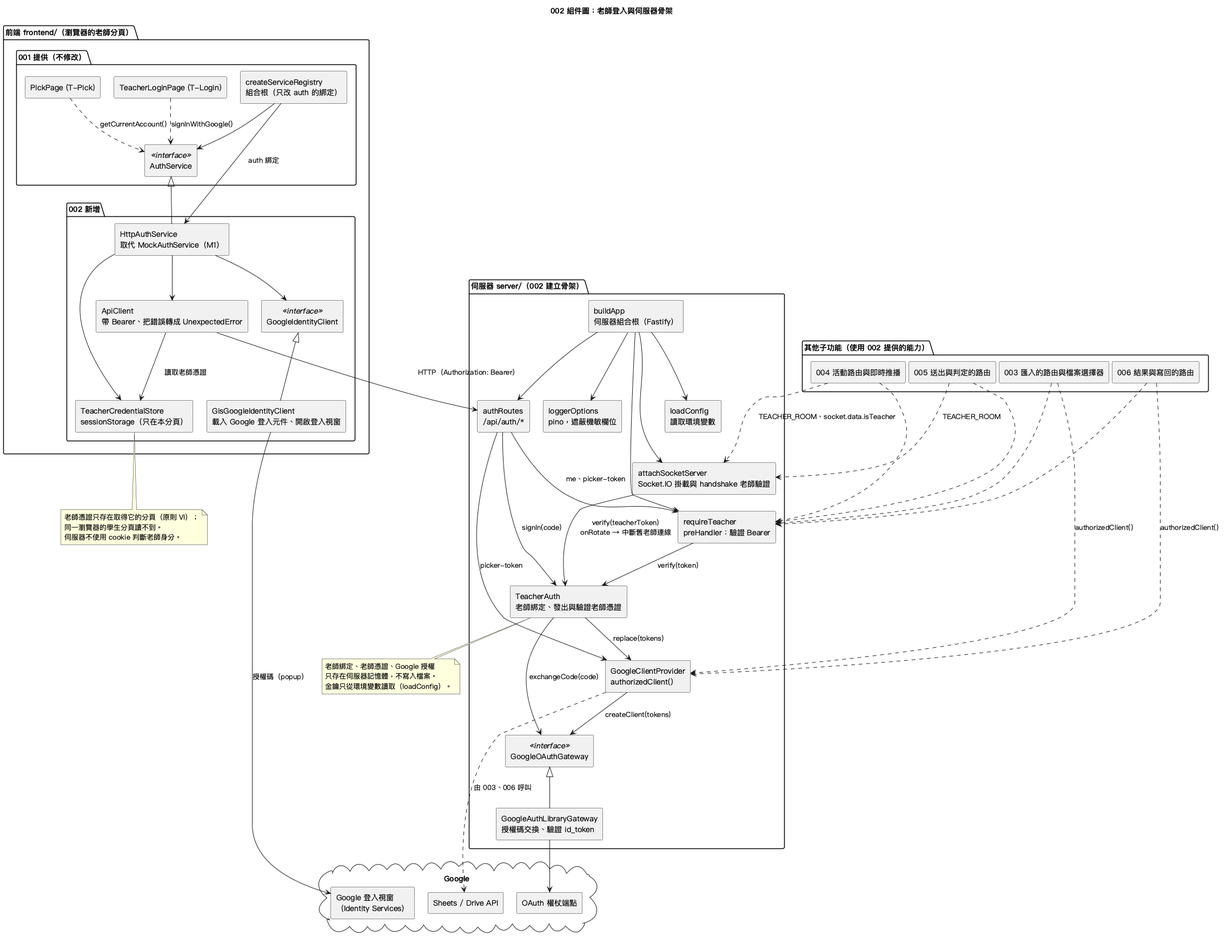
The PlantUML diagram diagrams/002-component.png in Ting10-01/quiz_buzzer_speckit, before a commit. Its diagram source:
```plantuml
@startuml 002-component
title 002 組件圖：老師登入與伺服器骨架

skinparam defaultFontName "PingFang TC"
skinparam componentStyle rectangle
skinparam nodesep 25
skinparam ranksep 55

package "前端 frontend/（瀏覽器的老師分頁）" {
  package "001 提供（不修改）" as F001 {
    component "TeacherLoginPage (T-Login)" as PLogin
    component "PickPage (T-Pick)" as PPick
    component "AuthService" <<interface>> as IAuth
    component "createServiceRegistry\n組合根（只改 auth 的綁定）" as Registry
  }
  package "002 新增" as F002 {
    component "HttpAuthService\n取代 MockAuthService（M1）" as HAuth
    component "GoogleIdentityClient" <<interface>> as IGis
    component "GisGoogleIdentityClient\n載入 Google 登入元件、開啟登入視窗" as Gis
    component "ApiClient\n帶 Bearer、把錯誤轉成 UnexpectedError" as Api
    component "TeacherCredentialStore\nsessionStorage（只在本分頁）" as Cred
  }
}

package "伺服器 server/（002 建立骨架）" {
  component "buildApp\n伺服器組合根（Fastify）" as App
  component "loadConfig\n讀取環境變數" as Config
  component "loggerOptions\npino，遮蔽機敏欄位" as Logger
  component "authRoutes\n/api/auth/*" as Routes
  component "requireTeacher\npreHandler：驗證 Bearer" as Guard
  component "TeacherAuth\n老師綁定、發出與驗證老師憑證" as TAuth
  component "GoogleOAuthGateway" <<interface>> as IGw
  component "GoogleAuthLibraryGateway\n授權碼交換、驗證 id_token" as Gw
  component "GoogleClientProvider\nauthorizedClient()" as Provider
  component "attachSocketServer\nSocket.IO 掛載與 handshake 老師驗證" as Sock
}

package "其他子功能（使用 002 提供的能力）" as Others {
  component "003 匯入的路由與檔案選擇器" as U003
  component "004 活動路由與即時推播" as U004
  component "005 送出與判定的路由" as U005
  component "006 結果與寫回的路由" as U006
}

cloud "Google" {
  component "Google 登入視窗\n（Identity Services）" as GIS
  component "OAuth 權杖端點" as GToken
  component "Sheets / Drive API" as GApi
}

PLogin ..> IAuth : signInWithGoogle()
PPick ..> IAuth : getCurrentAccount()
Registry --> IAuth
Registry --> HAuth : auth 綁定
HAuth -up-|> IAuth
HAuth --> IGis
Gis -up-|> IGis
HAuth --> Api
HAuth --> Cred
Api --> Cred : 讀取老師憑證
Gis --> GIS : 授權碼（popup）

Api --> Routes : HTTP（Authorization: Bearer）
App --> Config
App --> Logger
App --> Routes
App --> Guard
App --> Sock
Routes --> Guard : me、picker-token
Routes --> TAuth : signIn(code)
Routes --> Provider : picker-token
Guard --> TAuth : verify(token)
Sock --> TAuth : verify(teacherToken)\nonRotate → 中斷舊老師連線
TAuth --> IGw : exchangeCode(code)
Gw -up-|> IGw
Gw --> GToken
TAuth --> Provider : replace(tokens)
Provider --> IGw : createClient(tokens)

U003 ..> Guard
U004 ..> Guard
U005 ..> Guard
U006 ..> Guard
U003 ..> Provider : authorizedClient()
U006 ..> Provider : authorizedClient()
U004 ..> Sock : TEACHER_ROOM、socket.data.isTeacher
U005 ..> Sock : TEACHER_ROOM
Provider ..> GApi : 由 003、006 呼叫

note bottom of Cred
  老師憑證只存在取得它的分頁（原則 VI）；
  同一瀏覽器的學生分頁讀不到。
  伺服器不使用 cookie 判斷老師身分。
end note

note bottom of TAuth
  老師綁定、老師憑證、Google 授權
  只存在伺服器記憶體，不寫入檔案。
  金鑰只從環境變數讀取（loadConfig）。
end note

@enduml
```
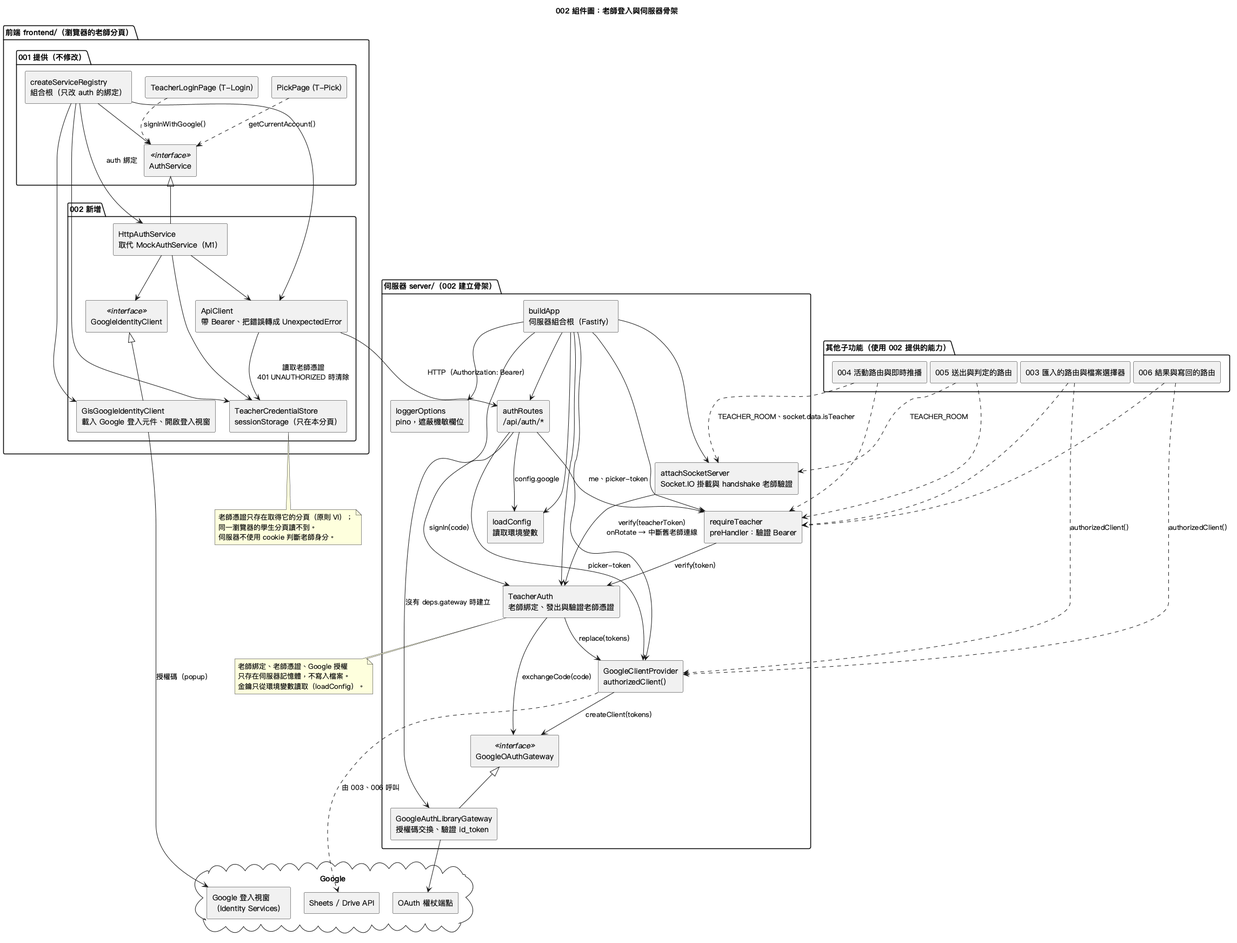
Later version of the same file.

Diff of the diagram source:
```diff
@@ -52,12 +52,15 @@
 PPick ..> IAuth : getCurrentAccount()
 Registry --> IAuth
 Registry --> HAuth : auth 綁定
+Registry --> Gis
+Registry --> Api
+Registry --> Cred
 HAuth -up-|> IAuth
 HAuth --> IGis
 Gis -up-|> IGis
 HAuth --> Api
 HAuth --> Cred
-Api --> Cred : 讀取老師憑證
+Api --> Cred : 讀取老師憑證\n401 UNAUTHORIZED 時清除
 Gis --> GIS : 授權碼（popup）
 
 Api --> Routes : HTTP（Authorization: Bearer）
@@ -66,6 +69,10 @@
 App --> Routes
 App --> Guard
 App --> Sock
+App --> TAuth
+App --> Provider
+App --> Gw : 沒有 deps.gateway 時建立
+Routes --> Config : config.google
 Routes --> Guard : me、picker-token
 Routes --> TAuth : signIn(code)
 Routes --> Provider : picker-token
```
